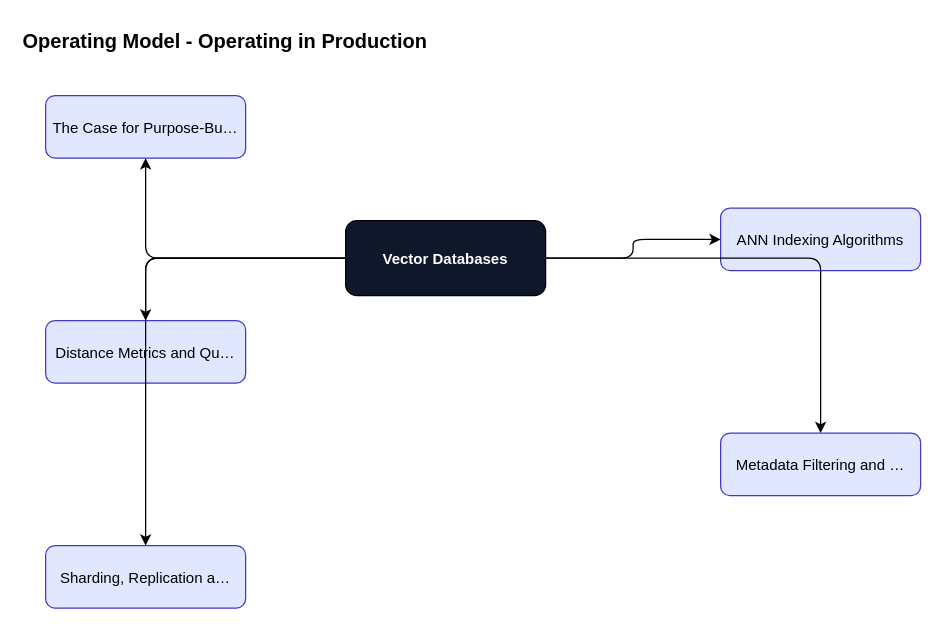
The draw.io diagram content/vector-databases/vector-databases-foundations/diagrams/fig-026-operating-model.drawio in ankit05121980/AI-University, before the edit. Source tidied: cells renumbered, new cells numbered last; positions are measured from the earlier drawing's top-left corner, leaving out a move shared by most shapes. Both pictures are drawn from the tidied source at 125%, with x=0, y=0 at pixel (20, 20).
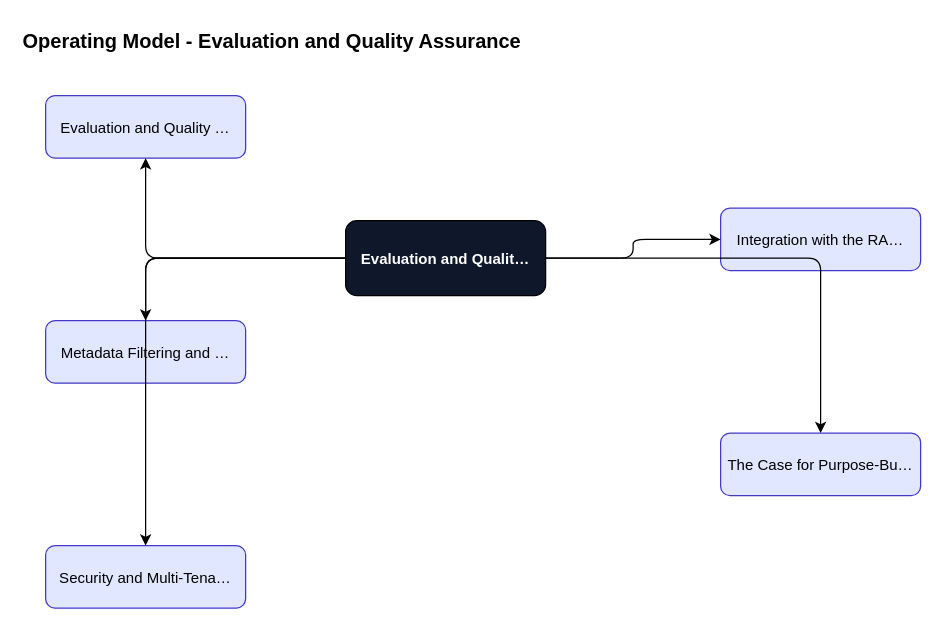
The same diagram, later.

What changed in the source:
```diff
@@
 <mxGraphModel>
   <root>
     <mxCell id="0" />
     <mxCell id="1" parent="0" />
-    <mxCell id="2" value="Operating Model - Operating in Production" style="text;fontSize=16;fontStyle=1;" parent="1" vertex="1">
+    <mxCell id="2" value="Operating Model - Evaluation and Quality Assurance" style="text;fontSize=16;fontStyle=1;" parent="1" vertex="1">
       <mxGeometry width="600" height="30" as="geometry" />
     </mxCell>
-    <mxCell id="3" value="Vector Databases" style="rounded=1;fillColor=#0f172a;fontColor=#ffffff;fontStyle=1;" parent="1" vertex="1">
+    <mxCell id="3" value="Evaluation and Qualit…" style="rounded=1;fillColor=#0f172a;fontColor=#ffffff;fontStyle=1;" parent="1" vertex="1">
       <mxGeometry x="260" y="160" width="160" height="60" as="geometry" />
     </mxCell>
-    <mxCell id="4" value="The Case for Purpose-Bu…" style="rounded=1;fillColor=#e0e7ff;strokeColor=#4338ca;" parent="1" vertex="1">
+    <mxCell id="4" value="Evaluation and Quality …" style="rounded=1;fillColor=#e0e7ff;strokeColor=#4338ca;" parent="1" vertex="1">
       <mxGeometry x="20" y="60" width="160" height="50" as="geometry" />
     </mxCell>
     <mxCell id="5" style="edgeStyle=orthogonalEdgeStyle;" parent="1" edge="1" source="3" target="4">
       <mxGeometry relative="1" as="geometry" />
     </mxCell>
-    <mxCell id="6" value="ANN Indexing Algorithms" style="rounded=1;fillColor=#e0e7ff;strokeColor=#4338ca;" parent="1" vertex="1">
+    <mxCell id="6" value="Integration with the RA…" style="rounded=1;fillColor=#e0e7ff;strokeColor=#4338ca;" parent="1" vertex="1">
       <mxGeometry x="560" y="150" width="160" height="50" as="geometry" />
     </mxCell>
     <mxCell id="7" style="edgeStyle=orthogonalEdgeStyle;" parent="1" edge="1" source="3" target="6">
       <mxGeometry relative="1" as="geometry" />
     </mxCell>
-    <mxCell id="8" value="Distance Metrics and Qu…" style="rounded=1;fillColor=#e0e7ff;strokeColor=#4338ca;" parent="1" vertex="1">
+    <mxCell id="8" value="Metadata Filtering and …" style="rounded=1;fillColor=#e0e7ff;strokeColor=#4338ca;" parent="1" vertex="1">
       <mxGeometry x="20" y="240" width="160" height="50" as="geometry" />
     </mxCell>
     <mxCell id="9" style="edgeStyle=orthogonalEdgeStyle;" parent="1" edge="1" source="3" target="8">
       <mxGeometry relative="1" as="geometry" />
     </mxCell>
-    <mxCell id="10" value="Metadata Filtering and …" style="rounded=1;fillColor=#e0e7ff;strokeColor=#4338ca;" parent="1" vertex="1">
+    <mxCell id="10" value="The Case for Purpose-Bu…" style="rounded=1;fillColor=#e0e7ff;strokeColor=#4338ca;" parent="1" vertex="1">
       <mxGeometry x="560" y="330" width="160" height="50" as="geometry" />
     </mxCell>
     <mxCell id="11" style="edgeStyle=orthogonalEdgeStyle;" parent="1" edge="1" source="3" target="10">
       <mxGeometry relative="1" as="geometry" />
     </mxCell>
-    <mxCell id="12" value="Sharding, Replication a…" style="rounded=1;fillColor=#e0e7ff;strokeColor=#4338ca;" parent="1" vertex="1">
+    <mxCell id="12" value="Security and Multi-Tena…" style="rounded=1;fillColor=#e0e7ff;strokeColor=#4338ca;" parent="1" vertex="1">
       <mxGeometry x="20" y="420" width="160" height="50" as="geometry" />
     </mxCell>
     <mxCell id="13" style="edgeStyle=orthogonalEdgeStyle;" parent="1" edge="1" source="3" target="12">
       <mxGeometry relative="1" as="geometry" />
     </mxCell>
   </root>
 </mxGraphModel>
```
